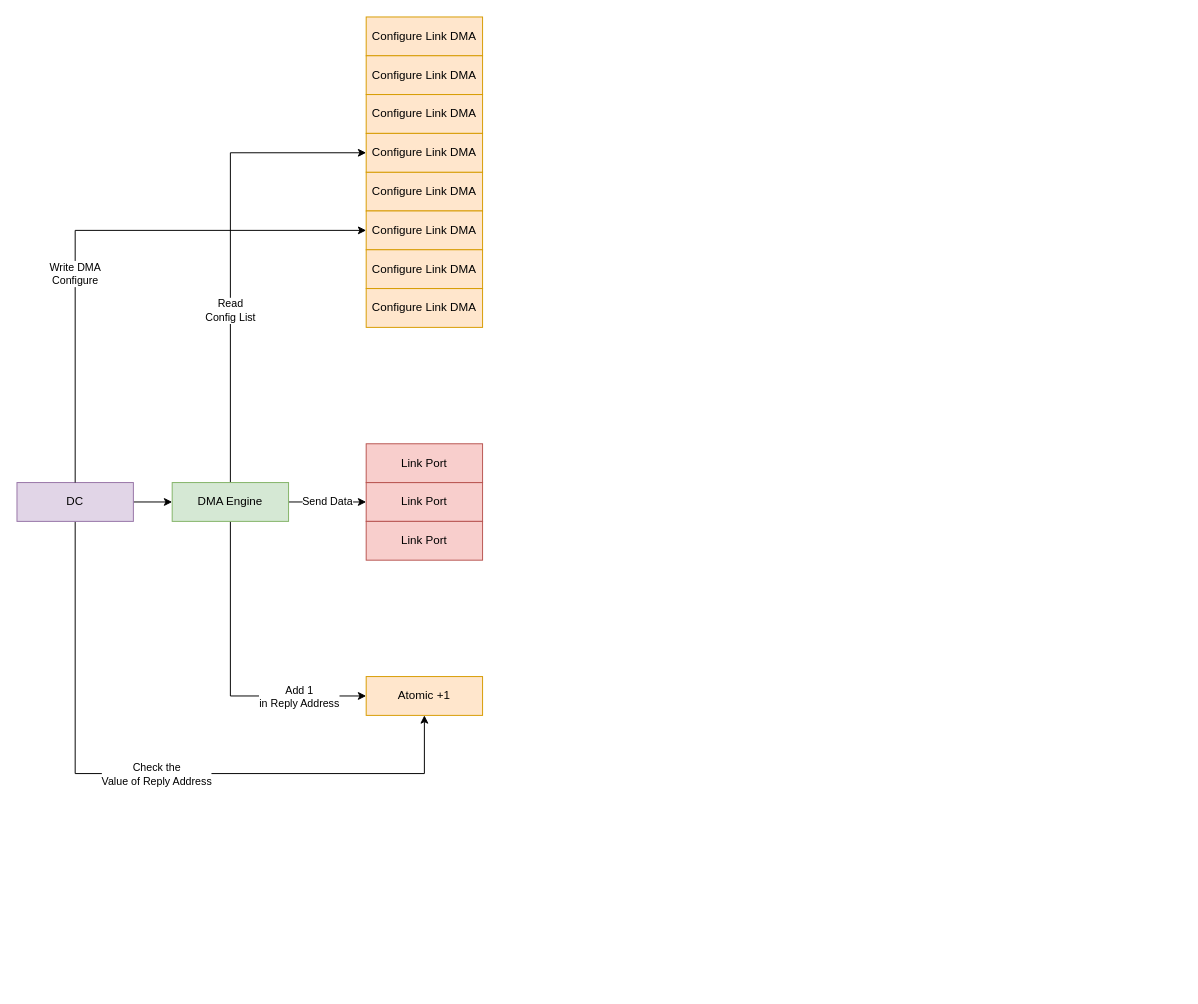
BEYHHH/SBLP keeps this draw.io diagram as DMA_LINK_WorkFlow.drawio. Above is the earlier version. Source tidied: cells renumbered, new cells numbered last; positions are measured from the earlier drawing's top-left corner, leaving out a move shared by most shapes. Both pictures are drawn from the tidied source at 97%, with x=0, y=0 at pixel (16, 16).
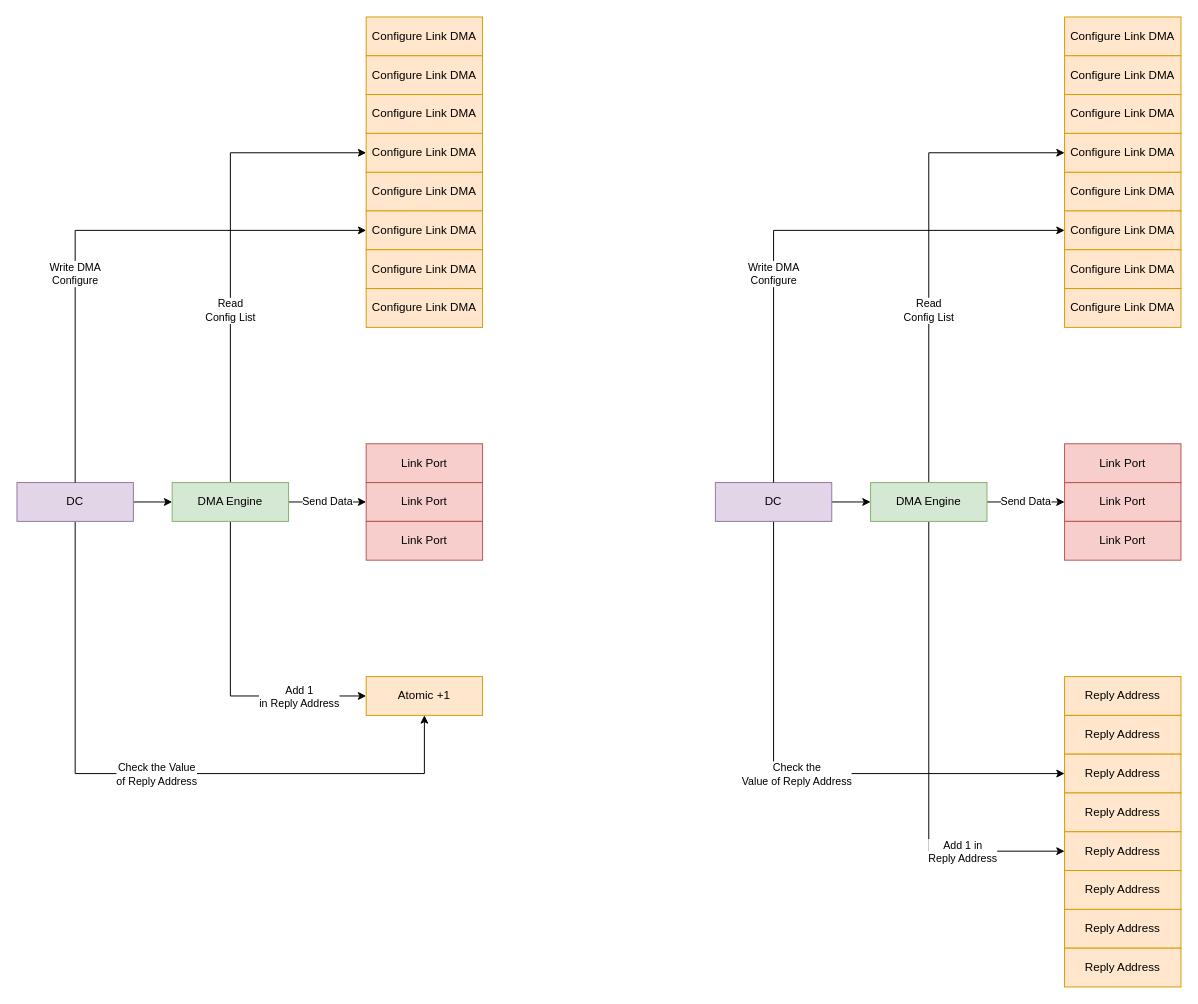
Above is the later version.

The change refers to these unchanged cells:
```xml
<mxCell id="9" value="Atomic +1" style="rounded=0;whiteSpace=wrap;html=1;fillColor=#ffe6cc;strokeColor=#d79b00;" parent="1" vertex="1">
  <mxGeometry x="360" y="680" width="120" height="40" as="geometry" />
</mxCell>
<mxCell id="24" value="DC" style="rounded=0;whiteSpace=wrap;html=1;fillColor=#e1d5e7;strokeColor=#9673a6;" parent="1" vertex="1">
  <mxGeometry y="480" width="120" height="40" as="geometry" />
</mxCell>
```

Diff of the diagram source:
```diff
@@
-    <mxCell id="22" style="edgeStyle=orthogonalEdgeStyle;rounded=0;jettySize=auto;html=1;entryX=0.5;entryY=1;entryDx=0;entryDy=0;" parent="1" edge="1" source="24" target="9">
+    <mxCell id="22" style="edgeStyle=orthogonalEdgeStyle;rounded=0;jettySize=auto;html=1;entryX=0.5;entryY=1;entryDx=0;entryDy=0;exitX=0.5;exitY=1;exitDx=0;exitDy=0;" parent="1" edge="1" source="24" target="9">
       <mxGeometry relative="1" as="geometry">
         <Array as="points">
           <mxPoint x="60" y="780" />
           <mxPoint x="420" y="780" />
         </Array>
       </mxGeometry>
     </mxCell>
-    <mxCell id="23" value="Check the&lt;br&gt;Value of Reply Address" style="edgeLabel;html=1;align=center;verticalAlign=middle;" parent="22" vertex="1">
+    <mxCell id="23" value="Check the Value &lt;br&gt;of Reply Address" style="edgeLabel;html=1;align=center;verticalAlign=middle;" parent="22" vertex="1">
       <mxGeometry x="0.01" relative="1" as="geometry" />
     </mxCell>
@@
+    <mxCell id="27" style="edgeStyle=orthogonalEdgeStyle;rounded=0;jettySize=auto;html=1;entryX=0;entryY=0.5;entryDx=0;entryDy=0;" parent="1" edge="1" source="33" target="55">
+      <mxGeometry relative="1" as="geometry">
+        <Array as="points">
+          <mxPoint x="940" y="860" />
+        </Array>
+      </mxGeometry>
+    </mxCell>
+    <mxCell id="28" value="Add 1 in &lt;br&gt;Reply Address" style="edgeLabel;html=1;align=center;verticalAlign=middle;" parent="27" vertex="1">
+      <mxGeometry x="0.56" relative="1" as="geometry" />
+    </mxCell>
+    <mxCell id="29" style="edgeStyle=orthogonalEdgeStyle;rounded=0;jettySize=auto;html=1;entryX=0;entryY=0.5;entryDx=0;entryDy=0;" parent="1" edge="1" source="33" target="43">
+      <mxGeometry relative="1" as="geometry">
+        <Array as="points">
+          <mxPoint x="940" y="140" />
+        </Array>
+      </mxGeometry>
+    </mxCell>
+    <mxCell id="30" value="Read&lt;br&gt;Config List" style="edgeLabel;html=1;align=center;verticalAlign=middle;" parent="29" vertex="1">
+      <mxGeometry x="-0.26" y="1" relative="1" as="geometry" />
+    </mxCell>
+    <mxCell id="31" style="edgeStyle=orthogonalEdgeStyle;rounded=0;jettySize=auto;html=1;" parent="1" edge="1" source="33" target="36">
+      <mxGeometry relative="1" as="geometry" />
+    </mxCell>
+    <mxCell id="32" value="Send Data" style="edgeLabel;html=1;align=center;verticalAlign=middle;" parent="31" vertex="1">
+      <mxGeometry x="-0.03" y="1" relative="1" as="geometry" />
+    </mxCell>
+    <mxCell id="33" value="DMA Engine" style="rounded=0;whiteSpace=wrap;html=1;fillColor=#d5e8d4;strokeColor=#82b366;" parent="1" vertex="1">
+      <mxGeometry x="880" y="480" width="120" height="40" as="geometry" />
+    </mxCell>
+    <mxCell id="34" value="Reply Address" style="rounded=0;whiteSpace=wrap;html=1;fillColor=#ffe6cc;strokeColor=#d79b00;" parent="1" vertex="1">
+      <mxGeometry x="1080" y="680" width="120" height="40" as="geometry" />
+    </mxCell>
+    <mxCell id="35" value="Configure Link DMA" style="rounded=0;whiteSpace=wrap;html=1;fillColor=#ffe6cc;strokeColor=#d79b00;" parent="1" vertex="1">
+      <mxGeometry x="1080" y="160" width="120" height="40" as="geometry" />
+    </mxCell>
+    <mxCell id="36" value="Link Port" style="rounded=0;whiteSpace=wrap;html=1;fillColor=#f8cecc;strokeColor=#b85450;" parent="1" vertex="1">
+      <mxGeometry x="1080" y="480" width="120" height="40" as="geometry" />
+    </mxCell>
+    <mxCell id="37" value="Configure Link DMA" style="rounded=0;whiteSpace=wrap;html=1;fillColor=#ffe6cc;strokeColor=#d79b00;" parent="1" vertex="1">
+      <mxGeometry x="1080" y="200" width="120" height="40" as="geometry" />
+    </mxCell>
+    <mxCell id="38" value="Configure Link DMA" style="rounded=0;whiteSpace=wrap;html=1;fillColor=#ffe6cc;strokeColor=#d79b00;" parent="1" vertex="1">
+      <mxGeometry x="1080" y="240" width="120" height="40" as="geometry" />
+    </mxCell>
+    <mxCell id="39" value="Configure Link DMA" style="rounded=0;whiteSpace=wrap;html=1;fillColor=#ffe6cc;strokeColor=#d79b00;" parent="1" vertex="1">
+      <mxGeometry x="1080" y="280" width="120" height="40" as="geometry" />
+    </mxCell>
+    <mxCell id="40" value="Configure Link DMA" style="rounded=0;whiteSpace=wrap;html=1;fillColor=#ffe6cc;strokeColor=#d79b00;" parent="1" vertex="1">
+      <mxGeometry x="1080" width="120" height="40" as="geometry" />
+    </mxCell>
+    <mxCell id="41" value="Configure Link DMA" style="rounded=0;whiteSpace=wrap;html=1;fillColor=#ffe6cc;strokeColor=#d79b00;" parent="1" vertex="1">
+      <mxGeometry x="1080" y="40" width="120" height="40" as="geometry" />
+    </mxCell>
+    <mxCell id="42" value="Configure Link DMA" style="rounded=0;whiteSpace=wrap;html=1;fillColor=#ffe6cc;strokeColor=#d79b00;" parent="1" vertex="1">
+      <mxGeometry x="1080" y="80" width="120" height="40" as="geometry" />
+    </mxCell>
+    <mxCell id="43" value="Configure Link DMA" style="rounded=0;whiteSpace=wrap;html=1;fillColor=#ffe6cc;strokeColor=#d79b00;" parent="1" vertex="1">
+      <mxGeometry x="1080" y="120" width="120" height="40" as="geometry" />
+    </mxCell>
+    <mxCell id="44" value="Link Port" style="rounded=0;whiteSpace=wrap;html=1;fillColor=#f8cecc;strokeColor=#b85450;" parent="1" vertex="1">
+      <mxGeometry x="1080" y="440" width="120" height="40" as="geometry" />
+    </mxCell>
+    <mxCell id="45" value="Link Port" style="rounded=0;whiteSpace=wrap;html=1;fillColor=#f8cecc;strokeColor=#b85450;" parent="1" vertex="1">
+      <mxGeometry x="1080" y="520" width="120" height="40" as="geometry" />
+    </mxCell>
+    <mxCell id="46" style="edgeStyle=orthogonalEdgeStyle;rounded=0;jettySize=auto;html=1;" parent="1" edge="1" source="49" target="33">
+      <mxGeometry relative="1" as="geometry" />
+    </mxCell>
+    <mxCell id="47" style="edgeStyle=orthogonalEdgeStyle;rounded=0;jettySize=auto;html=1;exitX=0.5;exitY=1;exitDx=0;exitDy=0;entryX=0;entryY=0.5;entryDx=0;entryDy=0;" parent="1" edge="1" source="49" target="53">
+      <mxGeometry relative="1" as="geometry">
+        <Array as="points">
+          <mxPoint x="780" y="780" />
+        </Array>
+      </mxGeometry>
+    </mxCell>
+    <mxCell id="48" value="Check the&lt;br&gt;Value of Reply Address" style="edgeLabel;html=1;align=center;verticalAlign=middle;" parent="47" vertex="1">
+      <mxGeometry x="0.01" relative="1" as="geometry" />
+    </mxCell>
+    <mxCell id="49" value="DC" style="rounded=0;whiteSpace=wrap;html=1;fillColor=#e1d5e7;strokeColor=#9673a6;" parent="1" vertex="1">
+      <mxGeometry x="720" y="480" width="120" height="40" as="geometry" />
+    </mxCell>
+    <mxCell id="50" style="endArrow=classic;html=1;rounded=0;exitX=0.5;exitY=0;exitDx=0;exitDy=0;entryX=0;entryY=0.5;entryDx=0;entryDy=0;" parent="1" edge="1" source="49" target="37">
+      <mxGeometry relative="1" as="geometry">
+        <Array as="points">
+          <mxPoint x="780" y="220" />
+        </Array>
+      </mxGeometry>
+    </mxCell>
+    <mxCell id="51" value="Write DMA&lt;br&gt;Configure" style="edgeLabel;html=1;align=center;verticalAlign=middle;" parent="50" vertex="1">
+      <mxGeometry x="-0.23" y="1" relative="1" as="geometry" />
+    </mxCell>
+    <mxCell id="52" value="Reply Address" style="rounded=0;whiteSpace=wrap;html=1;fillColor=#ffe6cc;strokeColor=#d79b00;" parent="1" vertex="1">
+      <mxGeometry x="1080" y="720" width="120" height="40" as="geometry" />
+    </mxCell>
+    <mxCell id="53" value="Reply Address" style="rounded=0;whiteSpace=wrap;html=1;fillColor=#ffe6cc;strokeColor=#d79b00;" parent="1" vertex="1">
+      <mxGeometry x="1080" y="760" width="120" height="40" as="geometry" />
+    </mxCell>
+    <mxCell id="54" value="Reply Address" style="rounded=0;whiteSpace=wrap;html=1;fillColor=#ffe6cc;strokeColor=#d79b00;" parent="1" vertex="1">
+      <mxGeometry x="1080" y="800" width="120" height="40" as="geometry" />
+    </mxCell>
+    <mxCell id="55" value="Reply Address" style="rounded=0;whiteSpace=wrap;html=1;fillColor=#ffe6cc;strokeColor=#d79b00;" parent="1" vertex="1">
+      <mxGeometry x="1080" y="840" width="120" height="40" as="geometry" />
+    </mxCell>
+    <mxCell id="56" value="Reply Address" style="rounded=0;whiteSpace=wrap;html=1;fillColor=#ffe6cc;strokeColor=#d79b00;" parent="1" vertex="1">
+      <mxGeometry x="1080" y="880" width="120" height="40" as="geometry" />
+    </mxCell>
+    <mxCell id="57" value="Reply Address" style="rounded=0;whiteSpace=wrap;html=1;fillColor=#ffe6cc;strokeColor=#d79b00;" parent="1" vertex="1">
+      <mxGeometry x="1080" y="920" width="120" height="40" as="geometry" />
+    </mxCell>
+    <mxCell id="58" value="Reply Address" style="rounded=0;whiteSpace=wrap;html=1;fillColor=#ffe6cc;strokeColor=#d79b00;" parent="1" vertex="1">
+      <mxGeometry x="1080" y="960" width="120" height="40" as="geometry" />
+    </mxCell>
```
